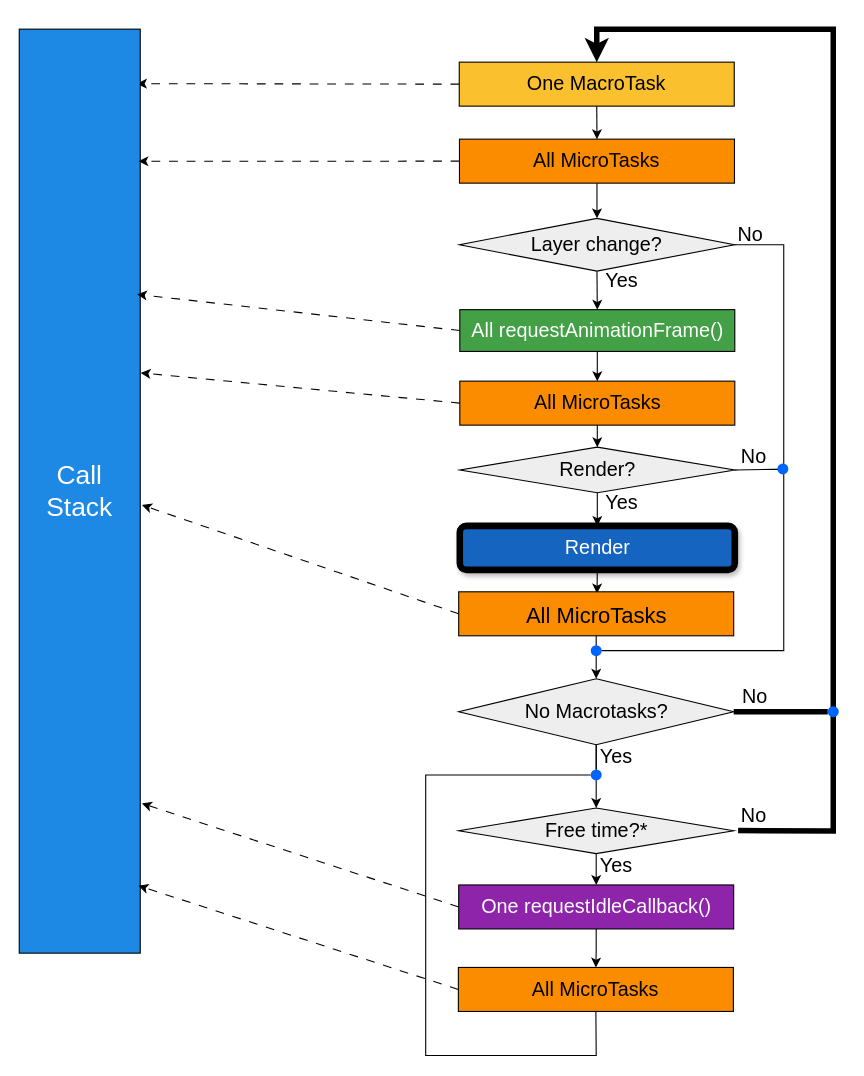
The draw.io diagram EventLoop.drawio in alexindima/JavaScript_Event_Loop, before the edit. Source tidied: cells renumbered, new cells numbered last; positions are measured from the earlier drawing's top-left corner, leaving out a move shared by most shapes. Both pictures are drawn from the tidied source at 110%, with x=0, y=0 at pixel (19, 29).
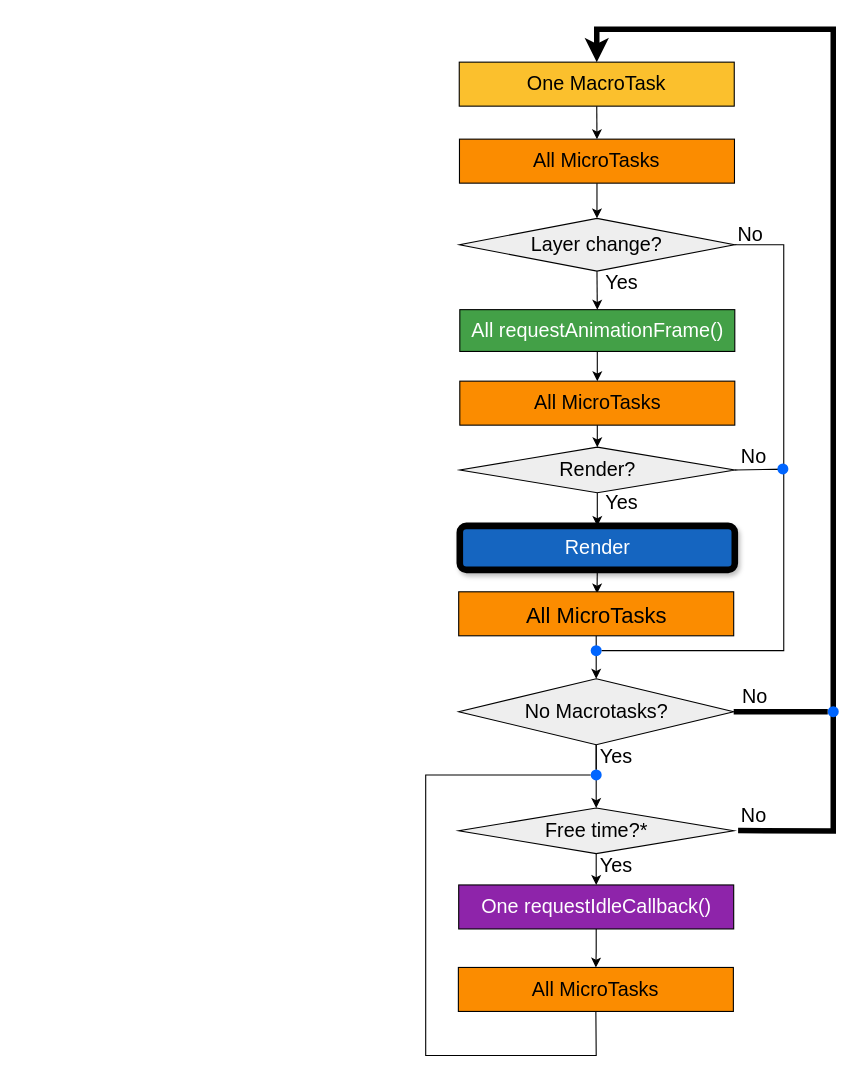
After the change.

Commit message (it also covers changes not shown here):
Refactor file naming conventions and update diagram structure

Unchanged cells that the change refers to:
```xml
<mxCell id="6" value="&lt;font style=&quot;font-size: 18px;&quot;&gt;One MacroTask&lt;/font&gt;" style="rounded=0;whiteSpace=wrap;html=1;fillColor=#FBC02D;" parent="1" vertex="1">
  <mxGeometry x="400" y="30" width="250" height="40" as="geometry" />
</mxCell>
<mxCell id="8" value="&lt;font style=&quot;font-size: 18px;&quot;&gt;All MicroTasks&lt;/font&gt;" style="rounded=0;whiteSpace=wrap;html=1;fillColor=#FB8C00;" parent="1" vertex="1">
  <mxGeometry x="399.2" y="853" width="250" height="40" as="geometry" />
</mxCell>
<mxCell id="11" value="&lt;font style=&quot;font-size: 18px;&quot;&gt;All MicroTasks&lt;/font&gt;" style="rounded=0;whiteSpace=wrap;html=1;fillColor=#FB8C00;" parent="1" vertex="1">
  <mxGeometry x="400.2" y="100" width="250" height="40" as="geometry" />
</mxCell>
<mxCell id="15" value="&lt;font style=&quot;font-size: 18px; color: rgb(255, 255, 255);&quot;&gt;All requestAnimationFrame()&lt;/font&gt;" style="rounded=0;whiteSpace=wrap;html=1;fillColor=#43A047;" parent="1" vertex="1">
  <mxGeometry x="400.5" y="255" width="250" height="38" as="geometry" />
</mxCell>
<mxCell id="18" value="&lt;font style=&quot;font-size: 18px;&quot;&gt;All MicroTasks&lt;/font&gt;" style="rounded=0;whiteSpace=wrap;html=1;fillColor=#FB8C00;" parent="1" vertex="1">
  <mxGeometry x="400.5" y="320" width="250" height="40" as="geometry" />
</mxCell>
<mxCell id="23" value="&lt;font style=&quot;font-size: 18px; color: rgb(255, 255, 255);&quot;&gt;One requestIdleCallback()&lt;/font&gt;" style="rounded=0;whiteSpace=wrap;html=1;fillColor=#8E24AA;" parent="1" vertex="1">
  <mxGeometry x="399.5" y="778" width="250" height="40" as="geometry" />
</mxCell>
<mxCell id="32" value="&lt;font style=&quot;font-size: 20px;&quot;&gt;All MicroTasks&lt;/font&gt;" style="rounded=0;whiteSpace=wrap;html=1;fillColor=#FB8C00;glass=0;gradientColor=none;" parent="1" vertex="1">
  <mxGeometry x="399.5" y="511.5" width="250" height="40" as="geometry" />
</mxCell>
```

Diff of the diagram source:
```diff
@@
-    <mxCell id="7" style="endArrow=classic;html=1;rounded=0;exitX=0;exitY=0.5;exitDx=0;exitDy=0;entryX=0.973;entryY=0.059;entryDx=0;entryDy=0;entryPerimeter=0;dashed=1;dashPattern=8 8;" parent="1" edge="1" source="6" target="9">
-      <mxGeometry relative="1" as="geometry" />
-    </mxCell>
@@
-    <mxCell id="9" value="&lt;span style=&quot;font-size: 24px;&quot;&gt;&lt;font style=&quot;color: rgb(255, 255, 255);&quot;&gt;Call Stack&lt;/font&gt;&lt;/span&gt;" style="rounded=0;whiteSpace=wrap;html=1;fillColor=#1E88E5;" parent="1" vertex="1">
-      <mxGeometry width="110" height="840" as="geometry" />
-    </mxCell>
@@
-    <mxCell id="12" style="endArrow=classic;html=1;rounded=0;exitX=0;exitY=0.5;exitDx=0;exitDy=0;entryX=0.985;entryY=0.143;entryDx=0;entryDy=0;entryPerimeter=0;dashed=1;dashPattern=8 8;" parent="1" edge="1" source="11" target="9">
-      <mxGeometry relative="1" as="geometry" />
-    </mxCell>
@@
     <mxCell id="17" value="&lt;font style=&quot;font-size: 18px;&quot;&gt;Yes&lt;/font&gt;" style="text;html=1;align=center;verticalAlign=middle;whiteSpace=wrap;rounded=0;" parent="1" vertex="1">
-      <mxGeometry x="517.5" y="213.6" width="60" height="30" as="geometry" />
+      <mxGeometry x="517.5" y="215.6" width="60" height="30" as="geometry" />
     </mxCell>
@@
-    <mxCell id="20" style="endArrow=classic;html=1;rounded=0;exitX=0;exitY=0.5;exitDx=0;exitDy=0;entryX=1.004;entryY=0.372;entryDx=0;entryDy=0;entryPerimeter=0;dashed=1;dashPattern=8 8;" parent="1" edge="1" source="18" target="9">
-      <mxGeometry relative="1" as="geometry" />
-    </mxCell>
-    <mxCell id="21" style="endArrow=classic;html=1;rounded=0;exitX=0;exitY=0.5;exitDx=0;exitDy=0;entryX=0.973;entryY=0.287;entryDx=0;entryDy=0;entryPerimeter=0;dashed=1;dashPattern=8 8;" parent="1" edge="1" source="15" target="9">
-      <mxGeometry relative="1" as="geometry" />
-    </mxCell>
@@
-    <mxCell id="28" style="endArrow=classic;html=1;rounded=0;exitX=0;exitY=0.5;exitDx=0;exitDy=0;dashed=1;dashPattern=8 8;entryX=1.014;entryY=0.838;entryDx=0;entryDy=0;entryPerimeter=0;" parent="1" edge="1" source="23" target="9">
-      <mxGeometry relative="1" as="geometry" />
-    </mxCell>
-    <mxCell id="29" style="endArrow=classic;html=1;rounded=0;exitX=0;exitY=0.5;exitDx=0;exitDy=0;dashed=1;dashPattern=8 8;entryX=0.985;entryY=0.927;entryDx=0;entryDy=0;entryPerimeter=0;" parent="1" edge="1" source="8" target="9">
-      <mxGeometry relative="1" as="geometry" />
-    </mxCell>
@@
-    <mxCell id="33" style="endArrow=classic;html=1;rounded=0;exitX=0;exitY=0.5;exitDx=0;exitDy=0;entryX=1.014;entryY=0.515;entryDx=0;entryDy=0;entryPerimeter=0;dashed=1;dashPattern=8 8;" parent="1" edge="1" source="32" target="9">
-      <mxGeometry relative="1" as="geometry" />
-    </mxCell>
```
